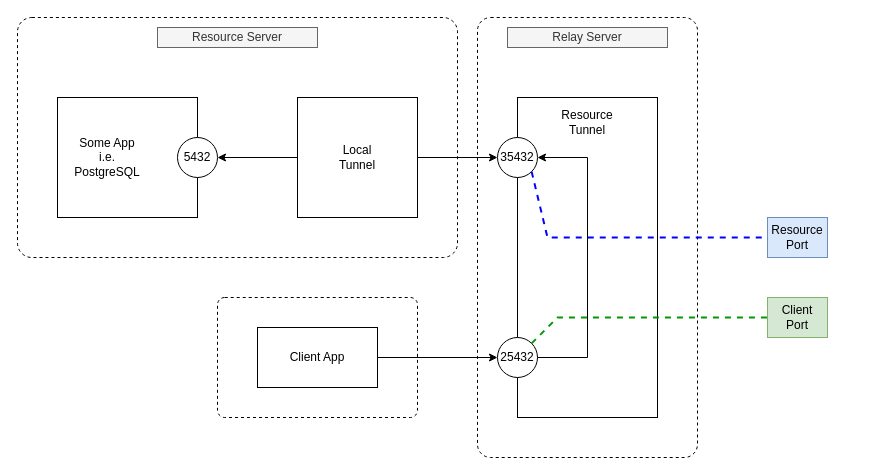
Earlier version of the draw.io diagram page "Tunnel" (3 of 3) of images/design.drawio (nicc777/home-tunnel-via-csp). Source tidied: cells renumbered, new cells numbered last; positions are measured from the earlier drawing's top-left corner, leaving out a move shared by most shapes. Both pictures are drawn from the tidied source at 100%, with x=0, y=0 at pixel (17, 17).
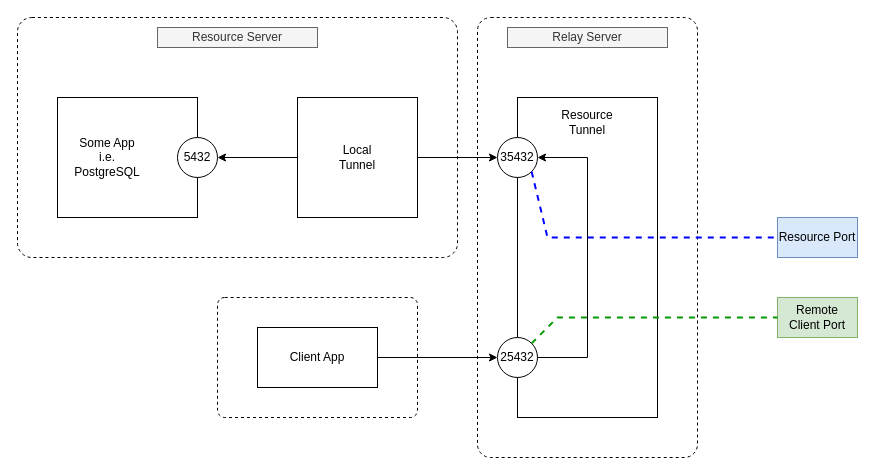
After the change.

Commit message (it also covers changes not shown here):
Started working on a port based relay client to be deployed on the relay server.

The edit, as a diff of the source:
```diff
@@
     <mxCell id="20" value="Resource Port" style="text;html=1;align=center;verticalAlign=middle;whiteSpace=wrap;rounded=0;fillColor=#dae8fc;strokeColor=#6c8ebf;" parent="1" vertex="1">
-      <mxGeometry x="750" y="200" width="60" height="40" as="geometry" />
+      <mxGeometry x="760" y="200" width="80" height="40" as="geometry" />
     </mxCell>
-    <mxCell id="21" value="Client&lt;div&gt;Port&lt;/div&gt;" style="text;html=1;align=center;verticalAlign=middle;whiteSpace=wrap;rounded=0;fillColor=#d5e8d4;strokeColor=#82b366;" parent="1" vertex="1">
-      <mxGeometry x="750" y="280" width="60" height="40" as="geometry" />
+    <mxCell id="21" value="Remote Client&amp;nbsp;&lt;span style=&quot;background-color: initial;&quot;&gt;Port&lt;/span&gt;" style="text;html=1;align=center;verticalAlign=middle;whiteSpace=wrap;rounded=0;fillColor=#d5e8d4;strokeColor=#82b366;" parent="1" vertex="1">
+      <mxGeometry x="760" y="280" width="80" height="40" as="geometry" />
     </mxCell>
```
